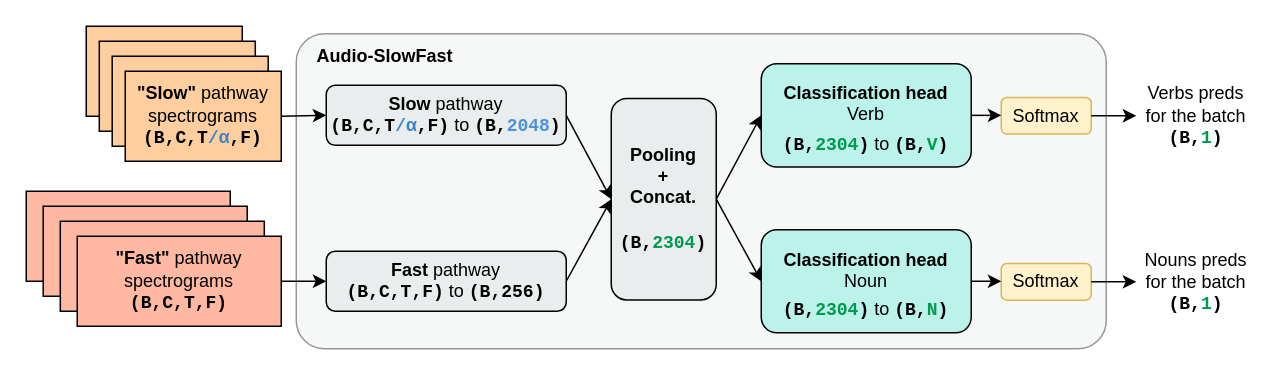
Above: page "asf" (2 of 9) of res/asf-gru.drawio in ClementSicard/auditory-slow-fast (draw.io), before the change. Source tidied: cells renumbered, new cells numbered last; positions are measured from the earlier drawing's top-left corner, leaving out a move shared by most shapes. Both pictures are drawn from the tidied source at 150%, with x=0, y=0 at pixel (26, 26).
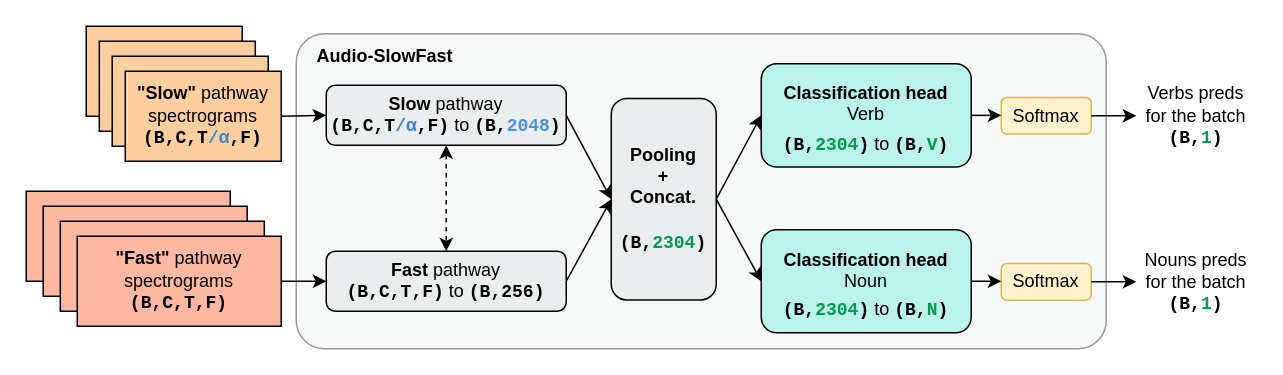
The same page after the edit.

The change refers to these unchanged cells:
```xml
<mxCell id="20" value="&lt;b&gt;Slow&lt;/b&gt; pathway&lt;br&gt;&lt;font style=&quot;font-weight: bold;&quot; face=&quot;Courier New&quot;&gt;(B,C,T&lt;/font&gt;&lt;span style=&quot;font-weight: bold; font-family: &amp;quot;Courier New&amp;quot;; border-color: var(--border-color); font-size: 9pt; font-variant-numeric: normal; font-variant-east-asian: normal; background-color: transparent; color: rgb(61, 133, 198); vertical-align: baseline;&quot;&gt;/α&lt;/span&gt;&lt;span style=&quot;border-color: var(--border-color); font-size: 9pt; font-variant-numeric: normal; font-variant-east-asian: normal; background-color: transparent; vertical-align: baseline;&quot;&gt;&lt;font style=&quot;font-weight: bold;&quot; face=&quot;Courier New&quot;&gt;,F)&lt;/font&gt;&amp;nbsp;to&amp;nbsp;&lt;/span&gt;&lt;b style=&quot;border-color: var(--border-color); font-family: &amp;quot;Courier New&amp;quot;;&quot;&gt;(B,&lt;font color=&quot;#4b92db&quot;&gt;2048&lt;/font&gt;&lt;span style=&quot;border-color: var(--border-color); font-size: 9pt; font-variant-numeric: normal; font-variant-east-asian: normal; background-color: transparent; vertical-align: baseline;&quot;&gt;)&lt;/span&gt;&lt;/b&gt;" style="rounded=1;whiteSpace=wrap;html=1;strokeColor=#000000;fontFamily=CMU Serif;fontSize=12;fontColor=#000000;fillColor=#E9EDEE;" parent="1" vertex="1">
  <mxGeometry x="200" y="39.4" width="160" height="40" as="geometry" />
</mxCell>
<mxCell id="22" value="&lt;b&gt;Fast&lt;/b&gt; pathway&lt;br&gt;&lt;font style=&quot;font-weight: bold;&quot; face=&quot;Courier New&quot;&gt;(B,C,T&lt;/font&gt;&lt;span style=&quot;border-color: var(--border-color); font-size: 9pt; font-variant-numeric: normal; font-variant-east-asian: normal; background-color: transparent; vertical-align: baseline;&quot;&gt;&lt;font style=&quot;font-weight: bold;&quot; face=&quot;Courier New&quot;&gt;,F)&lt;/font&gt;&amp;nbsp;to&amp;nbsp;&lt;/span&gt;&lt;b style=&quot;border-color: var(--border-color); font-family: &amp;quot;Courier New&amp;quot;;&quot;&gt;(B,256&lt;span style=&quot;border-color: var(--border-color); font-size: 9pt; font-variant-numeric: normal; font-variant-east-asian: normal; background-color: transparent; vertical-align: baseline;&quot;&gt;)&lt;/span&gt;&lt;/b&gt;" style="rounded=1;whiteSpace=wrap;html=1;strokeColor=#000000;fontFamily=CMU Serif;fontSize=12;fontColor=#000000;fillColor=#E9EDEE;" parent="1" vertex="1">
  <mxGeometry x="200" y="150" width="160" height="40" as="geometry" />
</mxCell>
```

What changed in the source:
```diff
@@
+    <mxCell id="37" style="edgeStyle=orthogonalEdgeStyle;rounded=0;jettySize=auto;html=1;exitX=0.5;exitY=1;exitDx=0;exitDy=0;entryX=0.5;entryY=0;entryDx=0;entryDy=0;dashed=1;startArrow=classic;startFill=1;" parent="1" edge="1" source="20" target="22">
+      <mxGeometry relative="1" as="geometry" />
+    </mxCell>
```
